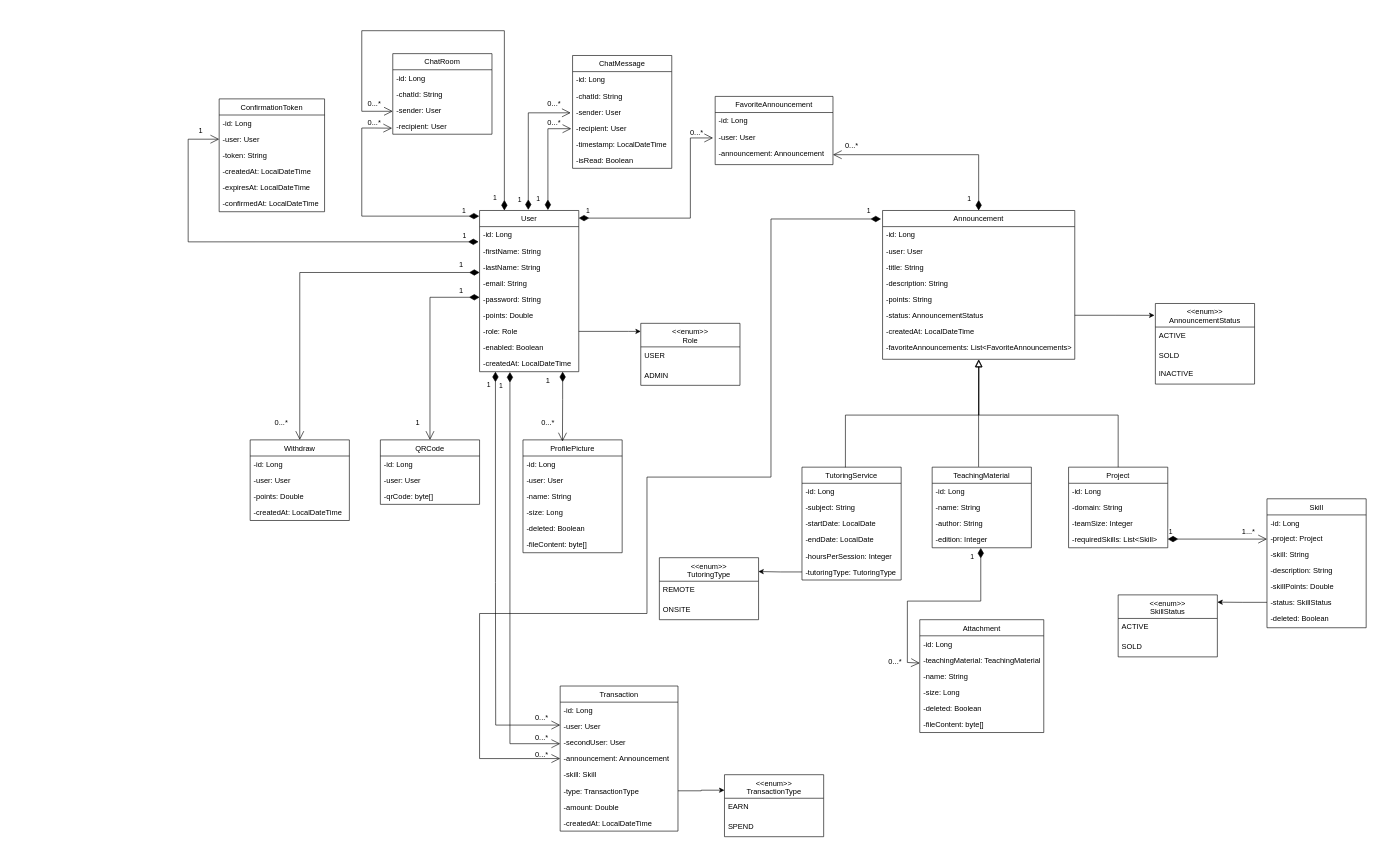
The draw.io diagram page "diagrama-de-clase" (1 of 4) of Diagramă fără titlu.drawio in anisia1204/BidPlatformForStudents, before the edit. Source tidied: cells renumbered, new cells numbered last; positions are measured from the earlier drawing's top-left corner, leaving out a move shared by most shapes. Both pictures are drawn from the tidied source at 62%, with x=0, y=0 at pixel (188, 30).
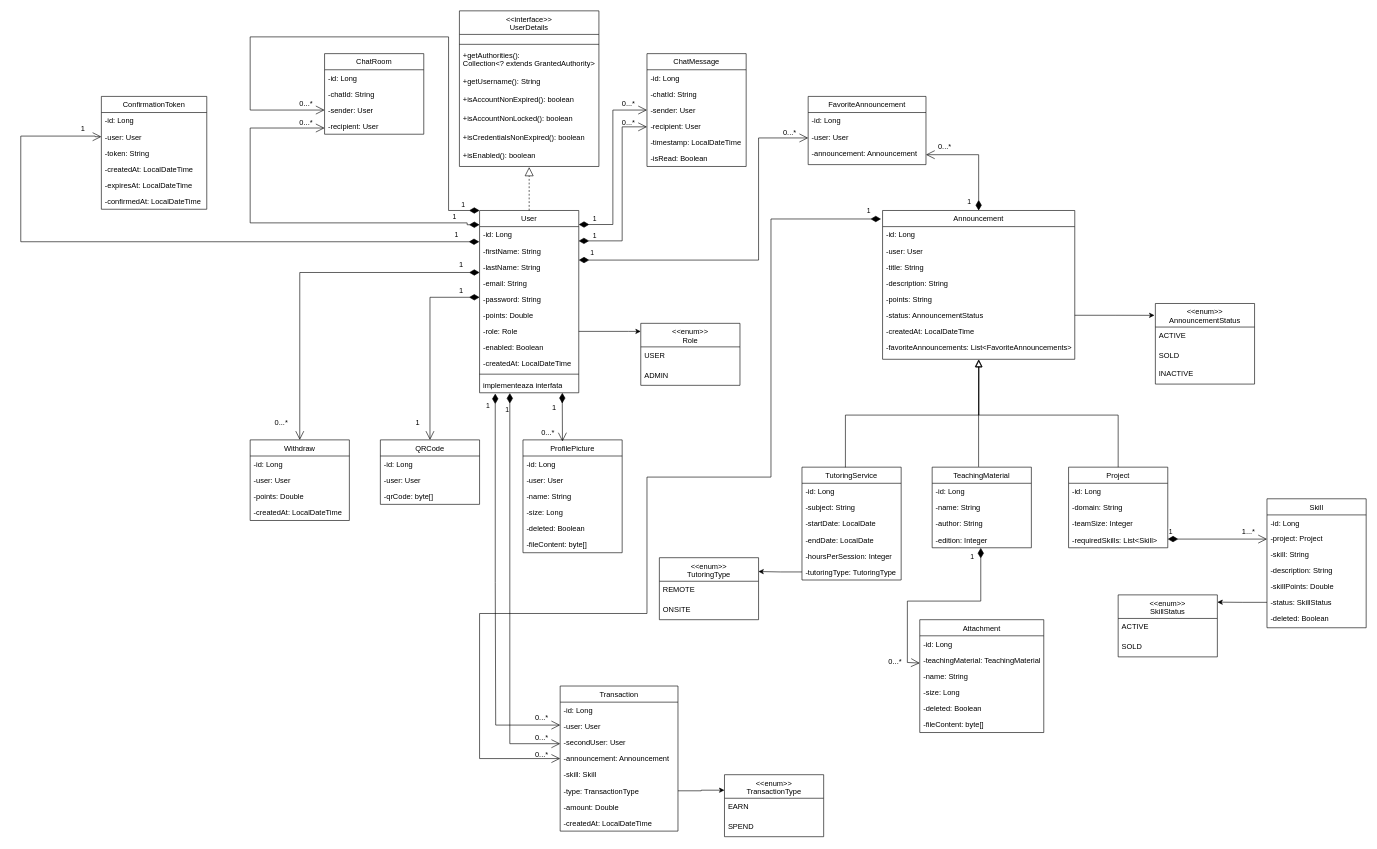
After the change.

Commit message:
fix class diagram

Unchanged cells that the change refers to:
```xml
<mxCell id="2" value="Announcement" style="swimlane;fontStyle=0;align=center;verticalAlign=top;horizontal=1;startSize=26;rounded=0;shadow=0;strokeWidth=1;" parent="1" vertex="1">
  <mxGeometry x="1120" y="290" width="310" height="240" as="geometry" />
</mxCell>
<mxCell id="26" value="-id: Long" style="text;align=left;verticalAlign=top;spacingLeft=4;spacingRight=4;overflow=hidden;points=[[0,0.5],[1,0.5]];portConstraint=eastwest;" parent="25" vertex="1">
  <mxGeometry y="26" width="160" height="26" as="geometry" />
</mxCell>
<mxCell id="27" value="-firstName: String" style="text;align=left;verticalAlign=top;spacingLeft=4;spacingRight=4;overflow=hidden;points=[[0,0.5],[1,0.5]];portConstraint=eastwest;rounded=0;shadow=0;html=0;" parent="25" vertex="1">
  <mxGeometry y="52" width="160" height="26" as="geometry" />
</mxCell>
<mxCell id="34" value="-createdAt: LocalDateTime" style="text;align=left;verticalAlign=top;spacingLeft=4;spacingRight=4;overflow=hidden;points=[[0,0.5],[1,0.5]];portConstraint=eastwest;rounded=0;shadow=0;html=0;" parent="25" vertex="1">
  <mxGeometry y="234" width="160" height="26" as="geometry" />
</mxCell>
<mxCell id="42" value="-user: User" style="text;align=left;verticalAlign=top;spacingLeft=4;spacingRight=4;overflow=hidden;points=[[0,0.5],[1,0.5]];portConstraint=eastwest;rounded=0;shadow=0;html=0;" parent="40" vertex="1">
  <mxGeometry y="52" width="190" height="26" as="geometry" />
</mxCell>
<mxCell id="60" value="ProfilePicture" style="swimlane;fontStyle=0;align=center;verticalAlign=top;horizontal=1;startSize=26;rounded=0;shadow=0;strokeWidth=1;" parent="1" vertex="1">
  <mxGeometry x="540" y="660" width="160" height="182" as="geometry" />
</mxCell>
<mxCell id="72" value="-user: User" style="text;align=left;verticalAlign=top;spacingLeft=4;spacingRight=4;overflow=hidden;points=[[0,0.5],[1,0.5]];portConstraint=eastwest;" parent="70" vertex="1">
  <mxGeometry y="52" width="170" height="26" as="geometry" />
</mxCell>
<mxCell id="88" value="-sender: User" style="text;align=left;verticalAlign=top;spacingLeft=4;spacingRight=4;overflow=hidden;points=[[0,0.5],[1,0.5]];portConstraint=eastwest;" parent="85" vertex="1">
  <mxGeometry y="78" width="160" height="26" as="geometry" />
</mxCell>
<mxCell id="89" value="-recipient: User" style="text;align=left;verticalAlign=top;spacingLeft=4;spacingRight=4;overflow=hidden;points=[[0,0.5],[1,0.5]];portConstraint=eastwest;" parent="85" vertex="1">
  <mxGeometry y="104" width="160" height="26" as="geometry" />
</mxCell>
<mxCell id="93" value="-sender: User" style="text;align=left;verticalAlign=top;spacingLeft=4;spacingRight=4;overflow=hidden;points=[[0,0.5],[1,0.5]];portConstraint=eastwest;" parent="90" vertex="1">
  <mxGeometry y="78" width="160" height="26" as="geometry" />
</mxCell>
<mxCell id="94" value="-recipient: User " style="text;align=left;verticalAlign=top;spacingLeft=4;spacingRight=4;overflow=hidden;points=[[0,0.5],[1,0.5]];portConstraint=eastwest;" parent="90" vertex="1">
  <mxGeometry y="104" width="160" height="26" as="geometry" />
</mxCell>
```

Diff of the diagram source:
```diff
@@
     <mxCell id="25" value="User" style="swimlane;fontStyle=0;align=center;verticalAlign=top;horizontal=1;startSize=26;rounded=0;shadow=0;strokeWidth=1;" parent="1" vertex="1">
-      <mxGeometry x="470" y="290" width="160" height="260" as="geometry" />
+      <mxGeometry x="470" y="290" width="160" height="294" as="geometry" />
     </mxCell>
@@
+    <mxCell id="158" style="line;strokeWidth=1;fillColor=none;align=left;verticalAlign=middle;spacingTop=-1;spacingLeft=3;spacingRight=3;labelPosition=right;strokeColor=inherit;" parent="25" vertex="1">
+      <mxGeometry y="260" width="160" height="8" as="geometry" />
+    </mxCell>
+    <mxCell id="159" value="implementeaza interfata" style="text;strokeColor=none;fillColor=none;align=left;verticalAlign=top;spacingLeft=4;spacingRight=4;overflow=hidden;points=[[0,0.5],[1,0.5]];portConstraint=eastwest;whiteSpace=wrap;html=1;" parent="25" vertex="1">
+      <mxGeometry y="268" width="160" height="26" as="geometry" />
+    </mxCell>
@@
     <mxCell id="40" value="FavoriteAnnouncement" style="swimlane;fontStyle=0;align=center;verticalAlign=top;horizontal=1;startSize=26;rounded=0;shadow=0;strokeWidth=1;" parent="1" vertex="1">
-      <mxGeometry x="850" y="106" width="190" height="110" as="geometry" />
+      <mxGeometry x="1000" y="106" width="190" height="110" as="geometry" />
     </mxCell>
@@
     <mxCell id="70" value="ConfirmationToken" style="swimlane;fontStyle=0;align=center;verticalAlign=top;horizontal=1;startSize=26;rounded=0;shadow=0;strokeWidth=1;" parent="1" vertex="1">
-      <mxGeometry x="50" y="110" width="170" height="182" as="geometry" />
+      <mxGeometry x="-140" y="106" width="170" height="182" as="geometry" />
     </mxCell>
@@
     <mxCell id="85" value="ChatRoom" style="swimlane;fontStyle=0;align=center;verticalAlign=top;horizontal=1;startSize=26;rounded=0;shadow=0;strokeWidth=1;" parent="1" vertex="1">
-      <mxGeometry x="330" y="37" width="160" height="130" as="geometry" />
+      <mxGeometry x="220" y="37" width="160" height="130" as="geometry" />
     </mxCell>
@@
     <mxCell id="90" value="ChatMessage" style="swimlane;fontStyle=0;align=center;verticalAlign=top;horizontal=1;startSize=26;rounded=0;shadow=0;strokeWidth=1;" parent="1" vertex="1">
-      <mxGeometry x="620" y="40" width="160" height="182" as="geometry" />
+      <mxGeometry x="740" y="37" width="160" height="182" as="geometry" />
     </mxCell>
@@
-    <mxCell id="112" style="endArrow=open;html=1;endSize=12;startArrow=diamondThin;startSize=14;startFill=1;edgeStyle=orthogonalEdgeStyle;align=left;verticalAlign=bottom;rounded=0;entryX=0.398;entryY=0.014;entryDx=0;entryDy=0;exitX=0.881;exitY=1.115;exitDx=0;exitDy=0;exitPerimeter=0;entryPerimeter=0;" parent="1" edge="1" target="60">
+    <mxCell id="112" style="endArrow=open;html=1;endSize=12;startArrow=diamondThin;startSize=14;startFill=1;edgeStyle=orthogonalEdgeStyle;align=left;verticalAlign=bottom;rounded=0;entryX=0.398;entryY=0.014;entryDx=0;entryDy=0;entryPerimeter=0;exitX=0.834;exitY=1.003;exitDx=0;exitDy=0;exitPerimeter=0;" parent="1" edge="1" source="159" target="60">
       <mxGeometry x="-1" y="3" relative="1" as="geometry">
-        <mxPoint x="604" y="550" as="sourcePoint" />
         <Array as="points">
-          <mxPoint x="604" y="595" />
+          <mxPoint x="603" y="595" />
           <mxPoint x="604" y="595" />
         </Array>
       </mxGeometry>
     </mxCell>
     <mxCell id="113" value="1" style="text;align=center;fontStyle=0;verticalAlign=middle;spacingLeft=3;spacingRight=3;strokeColor=none;html=1;" parent="1" vertex="1">
-      <mxGeometry x="570" y="557" width="20" height="16" as="geometry" />
+      <mxGeometry x="580" y="600" width="20" height="16" as="geometry" />
     </mxCell>
     <mxCell id="114" value="0...*" style="text;align=center;fontStyle=0;verticalAlign=middle;spacingLeft=3;spacingRight=3;strokeColor=none;html=1;" parent="1" vertex="1">
-      <mxGeometry x="570" y="625" width="20" height="16" as="geometry" />
+      <mxGeometry x="570" y="640" width="20" height="16" as="geometry" />
     </mxCell>
-    <mxCell id="115" value="1" style="endArrow=open;html=1;endSize=12;startArrow=diamondThin;startSize=14;startFill=1;edgeStyle=orthogonalEdgeStyle;align=left;verticalAlign=bottom;rounded=0;entryX=0;entryY=0.5;entryDx=0;entryDy=0;exitX=1.021;exitY=0.055;exitDx=0;exitDy=0;exitPerimeter=0;" parent="1" edge="1">
+    <mxCell id="115" value="1" style="endArrow=open;html=1;endSize=12;startArrow=diamondThin;startSize=14;startFill=1;edgeStyle=orthogonalEdgeStyle;align=left;verticalAlign=bottom;rounded=0;" parent="1" edge="1" target="42">
       <mxGeometry x="-0.94" y="2" relative="1" as="geometry">
-        <mxPoint x="630" y="302.3" as="sourcePoint" />
-        <mxPoint x="846.6" y="173" as="targetPoint" />
+        <mxPoint x="630" y="370" as="sourcePoint" />
         <Array as="points">
-          <mxPoint x="810" y="302" />
-          <mxPoint x="810" y="173" />
+          <mxPoint x="630" y="370" />
+          <mxPoint x="920" y="370" />
+          <mxPoint x="920" y="173" />
         </Array>
       </mxGeometry>
     </mxCell>
@@
     <mxCell id="117" value="0...*" style="text;align=center;fontStyle=0;verticalAlign=middle;spacingLeft=3;spacingRight=3;strokeColor=none;html=1;" parent="1" vertex="1">
-      <mxGeometry x="810" y="157" width="20" height="16" as="geometry" />
+      <mxGeometry x="960" y="157" width="20" height="16" as="geometry" />
     </mxCell>
     <mxCell id="118" value="1" style="endArrow=open;html=1;endSize=12;startArrow=diamondThin;startSize=14;startFill=1;edgeStyle=orthogonalEdgeStyle;align=left;verticalAlign=bottom;rounded=0;exitX=0.5;exitY=0;exitDx=0;exitDy=0;" parent="1" edge="1" source="2">
       <mxGeometry x="-0.94" y="20" relative="1" as="geometry">
-        <mxPoint x="1040" y="200" as="targetPoint" />
+        <mxPoint x="1190" y="200" as="targetPoint" />
         <Array as="points">
           <mxPoint x="1275" y="200" />
         </Array>
       </mxGeometry>
     </mxCell>
     <mxCell id="119" value="0...*" style="text;align=center;fontStyle=0;verticalAlign=middle;spacingLeft=3;spacingRight=3;strokeColor=none;html=1;" parent="1" vertex="1">
-      <mxGeometry x="1060" y="178" width="20" height="16" as="geometry" />
+      <mxGeometry x="1210" y="180" width="20" height="14" as="geometry" />
     </mxCell>
@@
-    <mxCell id="133" value="1" style="endArrow=open;html=1;endSize=12;startArrow=diamondThin;startSize=14;startFill=1;edgeStyle=orthogonalEdgeStyle;align=left;verticalAlign=bottom;rounded=0;exitX=-0.004;exitY=0.035;exitDx=0;exitDy=0;exitPerimeter=0;entryX=-0.007;entryY=0.626;entryDx=0;entryDy=0;entryPerimeter=0;" parent="1" edge="1" source="25" target="89">
+    <mxCell id="133" value="1" style="endArrow=open;html=1;endSize=12;startArrow=diamondThin;startSize=14;startFill=1;edgeStyle=orthogonalEdgeStyle;align=left;verticalAlign=bottom;rounded=0;" parent="1" edge="1">
       <mxGeometry x="-0.85" relative="1" as="geometry">
+        <mxPoint x="470" y="313" as="sourcePoint" />
+        <mxPoint x="220" y="157" as="targetPoint" />
         <Array as="points">
-          <mxPoint x="280" y="299" />
-          <mxPoint x="280" y="157" />
-          <mxPoint x="300" y="157" />
+          <mxPoint x="450" y="313" />
+          <mxPoint x="450" y="310" />
+          <mxPoint x="100" y="310" />
+          <mxPoint x="100" y="157" />
         </Array>
       </mxGeometry>
     </mxCell>
-    <mxCell id="134" value="1" style="endArrow=open;html=1;endSize=12;startArrow=diamondThin;startSize=14;startFill=1;edgeStyle=orthogonalEdgeStyle;align=left;verticalAlign=bottom;rounded=0;exitX=0.25;exitY=0;exitDx=0;exitDy=0;" parent="1" edge="1" source="25">
-      <mxGeometry x="-0.97" y="20" relative="1" as="geometry">
-        <mxPoint x="330" y="130" as="targetPoint" />
-        <Array as="points">
-          <mxPoint x="510" />
-          <mxPoint x="280" />
-          <mxPoint x="280" y="130" />
-        </Array>
-      </mxGeometry>
-    </mxCell>
     <mxCell id="135" value="0...*" style="text;align=center;fontStyle=0;verticalAlign=middle;spacingLeft=3;spacingRight=3;strokeColor=none;html=1;" parent="1" vertex="1">
-      <mxGeometry x="290" y="110" width="20" height="16" as="geometry" />
+      <mxGeometry x="180" y="110" width="20" height="16" as="geometry" />
     </mxCell>
     <mxCell id="136" value="0...*" style="text;align=center;fontStyle=0;verticalAlign=middle;spacingLeft=3;spacingRight=3;strokeColor=none;html=1;" parent="1" vertex="1">
-      <mxGeometry x="290" y="141" width="20" height="16" as="geometry" />
+      <mxGeometry x="180" y="141" width="20" height="16" as="geometry" />
     </mxCell>
-    <mxCell id="137" value="1" style="endArrow=open;html=1;endSize=12;startArrow=diamondThin;startSize=14;startFill=1;edgeStyle=orthogonalEdgeStyle;align=left;verticalAlign=bottom;rounded=0;entryX=-0.019;entryY=0.556;entryDx=0;entryDy=0;exitX=0.491;exitY=-0.004;exitDx=0;exitDy=0;exitPerimeter=0;entryPerimeter=0;" parent="1" edge="1" source="25" target="93">
-      <mxGeometry x="-0.93" y="19" relative="1" as="geometry" />
+    <mxCell id="137" value="1" style="endArrow=open;html=1;endSize=12;startArrow=diamondThin;startSize=14;startFill=1;edgeStyle=orthogonalEdgeStyle;align=left;verticalAlign=bottom;rounded=0;entryX=0;entryY=0.5;entryDx=0;entryDy=0;exitX=1;exitY=0.077;exitDx=0;exitDy=0;exitPerimeter=0;" parent="1" edge="1" source="25" target="93">
+      <mxGeometry x="-0.86" relative="1" as="geometry" />
     </mxCell>
     <mxCell id="138" value="0...*" style="text;align=center;fontStyle=0;verticalAlign=middle;spacingLeft=3;spacingRight=3;strokeColor=none;html=1;" parent="1" vertex="1">
-      <mxGeometry x="580" y="110" width="20" height="16" as="geometry" />
+      <mxGeometry x="700" y="110" width="20" height="16" as="geometry" />
     </mxCell>
-    <mxCell id="139" value="1" style="endArrow=open;html=1;endSize=12;startArrow=diamondThin;startSize=14;startFill=1;edgeStyle=orthogonalEdgeStyle;align=left;verticalAlign=bottom;rounded=0;exitX=0.689;exitY=-0.003;exitDx=0;exitDy=0;entryX=-0.013;entryY=0.541;entryDx=0;entryDy=0;entryPerimeter=0;exitPerimeter=0;" parent="1" edge="1" source="25" target="94">
-      <mxGeometry x="-0.89" y="20" relative="1" as="geometry" />
+    <mxCell id="139" value="1" style="endArrow=open;html=1;endSize=12;startArrow=diamondThin;startSize=14;startFill=1;edgeStyle=orthogonalEdgeStyle;align=left;verticalAlign=bottom;rounded=0;exitX=0.999;exitY=-0.114;exitDx=0;exitDy=0;entryX=0;entryY=0.541;entryDx=0;entryDy=0;entryPerimeter=0;exitPerimeter=0;" parent="1" edge="1" source="27" target="94">
+      <mxGeometry x="-0.86" y="-1" relative="1" as="geometry">
+        <Array as="points">
+          <mxPoint x="700" y="339" />
+          <mxPoint x="700" y="155" />
+        </Array>
+      </mxGeometry>
     </mxCell>
     <mxCell id="140" value="0...*" style="text;align=center;fontStyle=0;verticalAlign=middle;spacingLeft=3;spacingRight=3;strokeColor=none;html=1;" parent="1" vertex="1">
-      <mxGeometry x="580" y="141" width="20" height="16" as="geometry" />
+      <mxGeometry x="700" y="141" width="20" height="16" as="geometry" />
     </mxCell>
@@
-    <mxCell id="144" value="1" style="endArrow=open;html=1;endSize=12;startArrow=diamondThin;startSize=14;startFill=1;edgeStyle=orthogonalEdgeStyle;align=left;verticalAlign=bottom;rounded=0;exitX=0.16;exitY=1;exitDx=0;exitDy=0;exitPerimeter=0;" parent="1" edge="1" source="34">
+    <mxCell id="144" value="1" style="endArrow=open;html=1;endSize=12;startArrow=diamondThin;startSize=14;startFill=1;edgeStyle=orthogonalEdgeStyle;align=left;verticalAlign=bottom;rounded=0;exitX=0.158;exitY=1.051;exitDx=0;exitDy=0;exitPerimeter=0;" parent="1" edge="1" source="159">
       <mxGeometry x="-0.91" y="-16" relative="1" as="geometry">
         <mxPoint x="600" y="1120" as="targetPoint" />
         <Array as="points">
+          <mxPoint x="495" y="890" />
           <mxPoint x="496" y="890" />
           <mxPoint x="496" y="1120" />
         </Array>
       </mxGeometry>
     </mxCell>
-    <mxCell id="145" value="1" style="endArrow=open;html=1;endSize=12;startArrow=diamondThin;startSize=14;startFill=1;edgeStyle=orthogonalEdgeStyle;align=left;verticalAlign=bottom;rounded=0;exitX=0.306;exitY=1.022;exitDx=0;exitDy=0;exitPerimeter=0;" parent="1" edge="1" source="34">
-      <mxGeometry x="-0.91" y="-19" relative="1" as="geometry">
+    <mxCell id="145" value="1" style="endArrow=open;html=1;endSize=12;startArrow=diamondThin;startSize=14;startFill=1;edgeStyle=orthogonalEdgeStyle;align=left;verticalAlign=bottom;rounded=0;exitX=0.305;exitY=1.02;exitDx=0;exitDy=0;exitPerimeter=0;" parent="1" edge="1" source="159">
+      <mxGeometry x="-0.89" y="-9" relative="1" as="geometry">
         <mxPoint x="600" y="1150" as="targetPoint" />
         <Array as="points">
           <mxPoint x="519" y="1150" />
         </Array>
       </mxGeometry>
     </mxCell>
@@
-    <mxCell id="156" value="1" style="endArrow=open;html=1;endSize=12;startArrow=diamondThin;startSize=14;startFill=1;edgeStyle=orthogonalEdgeStyle;align=left;verticalAlign=bottom;rounded=0;entryX=0;entryY=0.5;entryDx=0;entryDy=0;exitX=-0.01;exitY=0.945;exitDx=0;exitDy=0;exitPerimeter=0;" parent="1" edge="1" source="26" target="72">
+    <mxCell id="156" value="1" style="endArrow=open;html=1;endSize=12;startArrow=diamondThin;startSize=14;startFill=1;edgeStyle=orthogonalEdgeStyle;align=left;verticalAlign=bottom;rounded=0;entryX=0;entryY=0.5;entryDx=0;entryDy=0;exitX=-0.003;exitY=0.94;exitDx=0;exitDy=0;exitPerimeter=0;" parent="1" edge="1" source="26" target="72">
       <mxGeometry x="-0.92" y="-1" relative="1" as="geometry">
         <Array as="points">
-          <mxPoint y="341" />
-          <mxPoint y="175" />
+          <mxPoint x="-270" y="340" />
+          <mxPoint x="-270" y="170" />
+          <mxPoint x="-150" y="170" />
+          <mxPoint x="-150" y="171" />
         </Array>
       </mxGeometry>
     </mxCell>
     <mxCell id="157" value="1" style="text;align=center;fontStyle=0;verticalAlign=middle;spacingLeft=3;spacingRight=3;strokeColor=none;html=1;" parent="1" vertex="1">
-      <mxGeometry x="10" y="153" width="20" height="16" as="geometry" />
+      <mxGeometry x="-180" y="151" width="20" height="16" as="geometry" />
     </mxCell>
+    <mxCell id="160" style="endArrow=block;dashed=1;endFill=0;endSize=12;html=1;rounded=0;exitX=0.5;exitY=0;exitDx=0;exitDy=0;" parent="1" edge="1" source="25">
+      <mxGeometry relative="1" as="geometry">
+        <mxPoint x="550" y="220" as="targetPoint" />
+      </mxGeometry>
+    </mxCell>
+    <mxCell id="161" value="&lt;&lt;interface&gt;&gt;&#10;UserDetails" style="swimlane;fontStyle=0;align=center;verticalAlign=top;horizontal=1;startSize=38;rounded=0;shadow=0;strokeWidth=1;" parent="1" vertex="1">
+      <mxGeometry x="437.5" y="-32" width="225" height="251" as="geometry" />
+    </mxCell>
+    <mxCell id="162" value="&amp;nbsp; &amp;nbsp; &amp;nbsp;" style="text;strokeColor=none;fillColor=none;align=left;verticalAlign=top;spacingLeft=4;spacingRight=4;overflow=hidden;whiteSpace=wrap;html=1;" parent="161" vertex="1">
+      <mxGeometry y="38" width="225" height="12" as="geometry" />
+    </mxCell>
+    <mxCell id="163" style="line;strokeWidth=1;fillColor=none;align=left;verticalAlign=middle;spacingTop=-1;spacingLeft=3;spacingRight=3;labelPosition=right;strokeColor=inherit;" parent="161" vertex="1">
+      <mxGeometry y="50" width="225" height="8" as="geometry" />
+    </mxCell>
+    <mxCell id="164" value="+getAuthorities(): &#10;Collection&lt;? extends GrantedAuthority&gt;" style="text;align=left;verticalAlign=top;spacingLeft=4;spacingRight=4;overflow=hidden;" parent="161" vertex="1">
+      <mxGeometry y="58" width="225" height="42" as="geometry" />
+    </mxCell>
+    <mxCell id="165" value="+getUsername(): String" style="text;align=left;verticalAlign=top;spacingLeft=4;spacingRight=4;overflow=hidden;" parent="161" vertex="1">
+      <mxGeometry y="100" width="225" height="30" as="geometry" />
+    </mxCell>
+    <mxCell id="166" value="+isAccountNonExpired(): boolean" style="text;align=left;verticalAlign=top;spacingLeft=4;spacingRight=4;overflow=hidden;" parent="161" vertex="1">
+      <mxGeometry y="130" width="225" height="30" as="geometry" />
+    </mxCell>
+    <mxCell id="167" value="+isAccountNonLocked(): boolean" style="text;align=left;verticalAlign=top;spacingLeft=4;spacingRight=4;overflow=hidden;" parent="161" vertex="1">
+      <mxGeometry y="160" width="225" height="30" as="geometry" />
+    </mxCell>
+    <mxCell id="168" value="+isCredentialsNonExpired(): boolean" style="text;align=left;verticalAlign=top;spacingLeft=4;spacingRight=4;overflow=hidden;" parent="161" vertex="1">
+      <mxGeometry y="190" width="225" height="30" as="geometry" />
+    </mxCell>
+    <mxCell id="169" value="+isEnabled(): boolean" style="text;align=left;verticalAlign=top;spacingLeft=4;spacingRight=4;overflow=hidden;" parent="161" vertex="1">
+      <mxGeometry y="220" width="225" height="30" as="geometry" />
+    </mxCell>
+    <mxCell id="134" value="1" style="endArrow=open;html=1;endSize=12;startArrow=diamondThin;startSize=14;startFill=1;edgeStyle=orthogonalEdgeStyle;align=left;verticalAlign=bottom;rounded=0;exitX=0;exitY=0;exitDx=0;exitDy=0;entryX=0;entryY=0.5;entryDx=0;entryDy=0;" parent="1" edge="1" source="25" target="88">
+      <mxGeometry x="-0.93" relative="1" as="geometry">
+        <Array as="points">
+          <mxPoint x="420" y="290" />
+          <mxPoint x="420" y="10" />
+          <mxPoint x="100" y="10" />
+          <mxPoint x="100" y="128" />
+        </Array>
+      </mxGeometry>
+    </mxCell>
```
